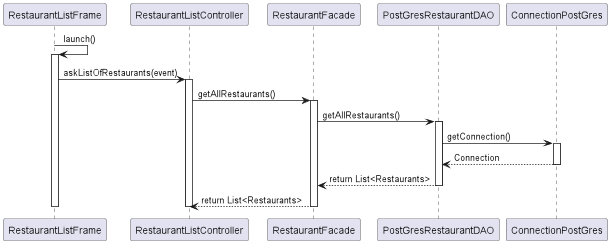
The PlantUML diagram diagrammes/Restaurant/consulter_restaurants.png in thmsfnr/Simplify, before a commit. Source of this version:
```plantuml
@startuml consulter-restaurants

RestaurantListFrame -> RestaurantListFrame : launch()
activate RestaurantListFrame

RestaurantListFrame -> RestaurantListController : askListOfRestaurants(event)
activate RestaurantListController

RestaurantListController -> RestaurantFacade : getAllRestaurants()
activate RestaurantFacade

RestaurantFacade -> PostGresRestaurantDAO : getAllRestaurants()
activate PostGresRestaurantDAO

PostGresRestaurantDAO -> ConnectionPostGres : getConnection()
activate ConnectionPostGres

ConnectionPostGres --> PostGresRestaurantDAO : Connection
deactivate ConnectionPostGres

PostGresRestaurantDAO --> RestaurantFacade : return List<Restaurants>
deactivate PostGresRestaurantDAO


RestaurantFacade --> RestaurantListController : return List<Restaurants>
deactivate RestaurantFacade

deactivate RestaurantListController
deactivate RestaurantListFrame
@enduml
```
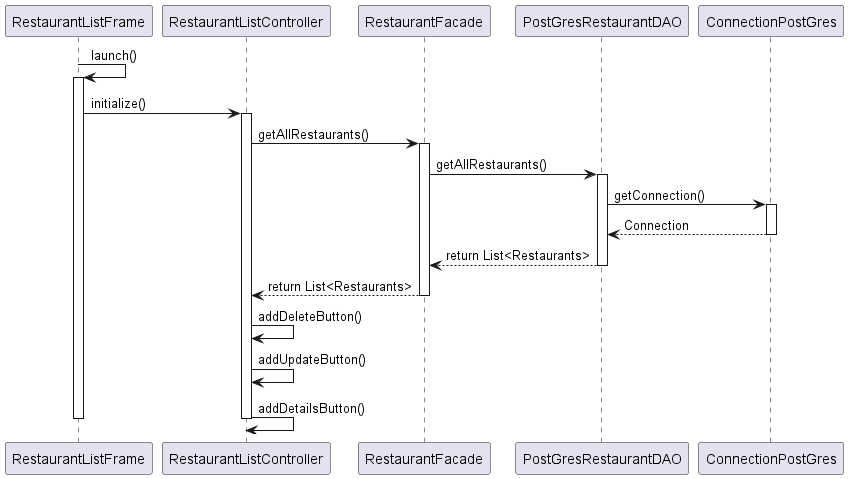
After the change.

Change to the diagram source:
```diff
@@ -3,7 +3,7 @@
 RestaurantListFrame -> RestaurantListFrame : launch()
 activate RestaurantListFrame
 
-RestaurantListFrame -> RestaurantListController : askListOfRestaurants(event)
+RestaurantListFrame -> RestaurantListController : initialize()
 activate RestaurantListController
 
 RestaurantListController -> RestaurantFacade : getAllRestaurants()
@@ -25,6 +25,10 @@
 RestaurantFacade --> RestaurantListController : return List<Restaurants>
 deactivate RestaurantFacade
 
+RestaurantListController -> RestaurantListController : addDeleteButton()
+RestaurantListController -> RestaurantListController : addUpdateButton()
+RestaurantListController -> RestaurantListController : addDetailsButton()
+
 deactivate RestaurantListController
 deactivate RestaurantListFrame
 @enduml
```
